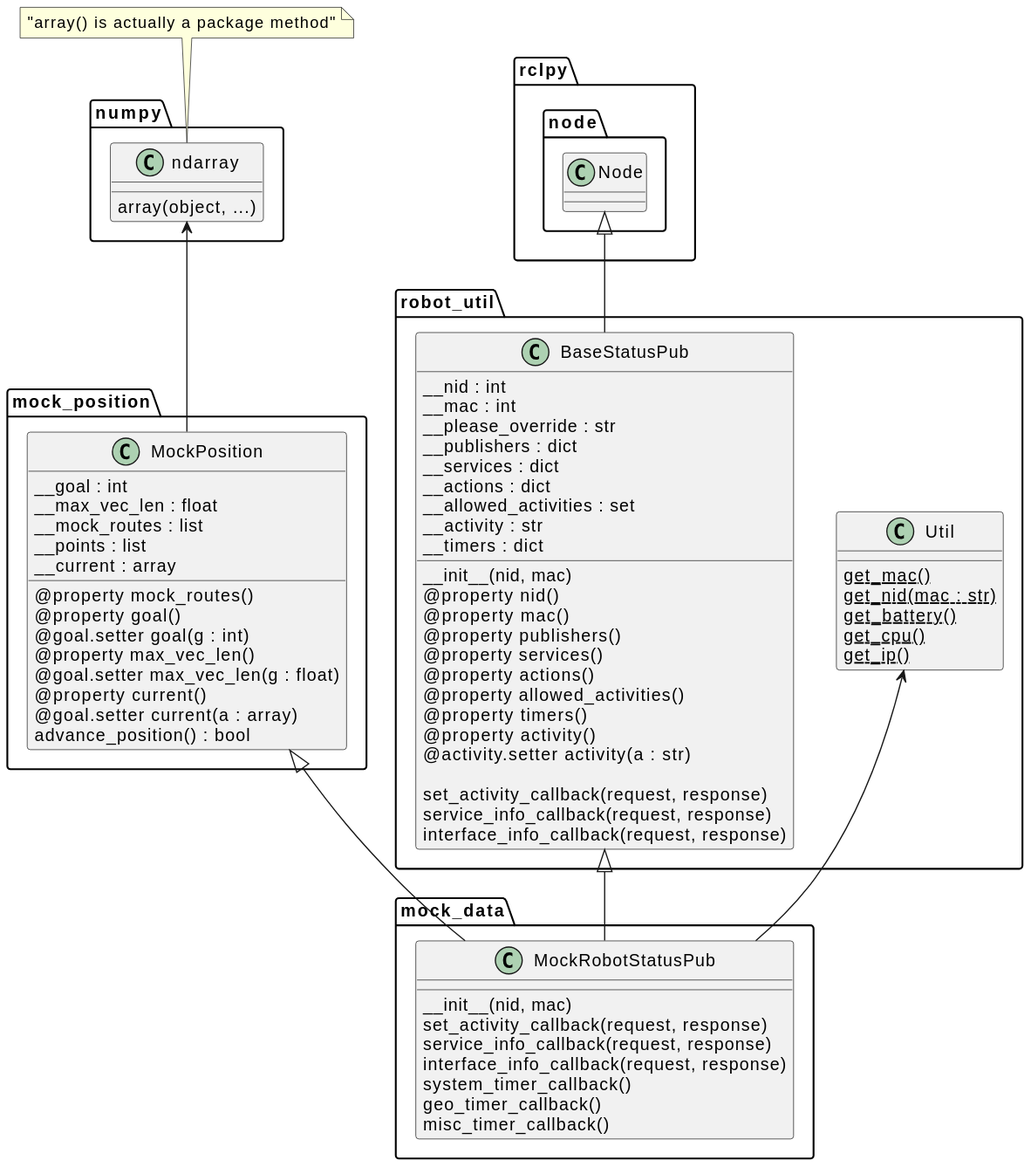
Nilssteingraeber/SolarSwarmNetworks keeps this PlantUML diagram as Dokumentation/mock_robot_class diagram.svg. Above is the earlier version. Its diagram source:
```plantuml
@startuml
package "rclpy.node" {
  class Node
}

package "robot_util" {
  class BaseStatusPub {
  __init__(nid, mac)
  __nid : int
  __mac : int
  __please_override : str
  __publishers : dict
  __services : dict
  __actions : dict
  __allowed_activities : set
  __activity : str
  __timers : dict

  @property nid()
  @property mac()
  @property publishers()
  @property services()
  @property actions()
  @property allowed_activities()
  @property timers()
  @property activity()
  @activity.setter activity(a : str)

  set_activity_callback(request, response)
  service_info_callback(request, response)
  interface_info_callback(request, response)
  }

  class Util {
    {static} get_mac()
    {static} get_nid(mac : str)
    {static} get_battery()
    {static} get_cpu()
    {static} get_ip()
  }
}

package "mock_data" {
  class MockRobotStatusPub {
    __init__(nid, mac)
    set_activity_callback(request, response)
    service_info_callback(request, response)
    interface_info_callback(request, response)
    system_timer_callback()
    geo_timer_callback()
    misc_timer_callback()
  }
}

package "mock_position" {
  class MockPosition {
    __goal : int
    __max_vec_len : float
    __mock_routes : list
    __points : list
    __current : array

    @property mock_routes()
    @property goal()
    @goal.setter goal(g : int)
    @property max_vec_len()
    @goal.setter max_vec_len(g : float)
    @property current()
    @goal.setter current(a : array)
    advance_position() : bool
  }
}

package "numpy" {
  class ndarray {
    array(object, ...)
  }
}
note top of ndarray : "array() is actually a package method"

Node <|-- BaseStatusPub
BaseStatusPub <|-- MockRobotStatusPub
Util <-- MockRobotStatusPub
MockPosition <|-- MockRobotStatusPub
ndarray <-- MockPosition
@enduml
```
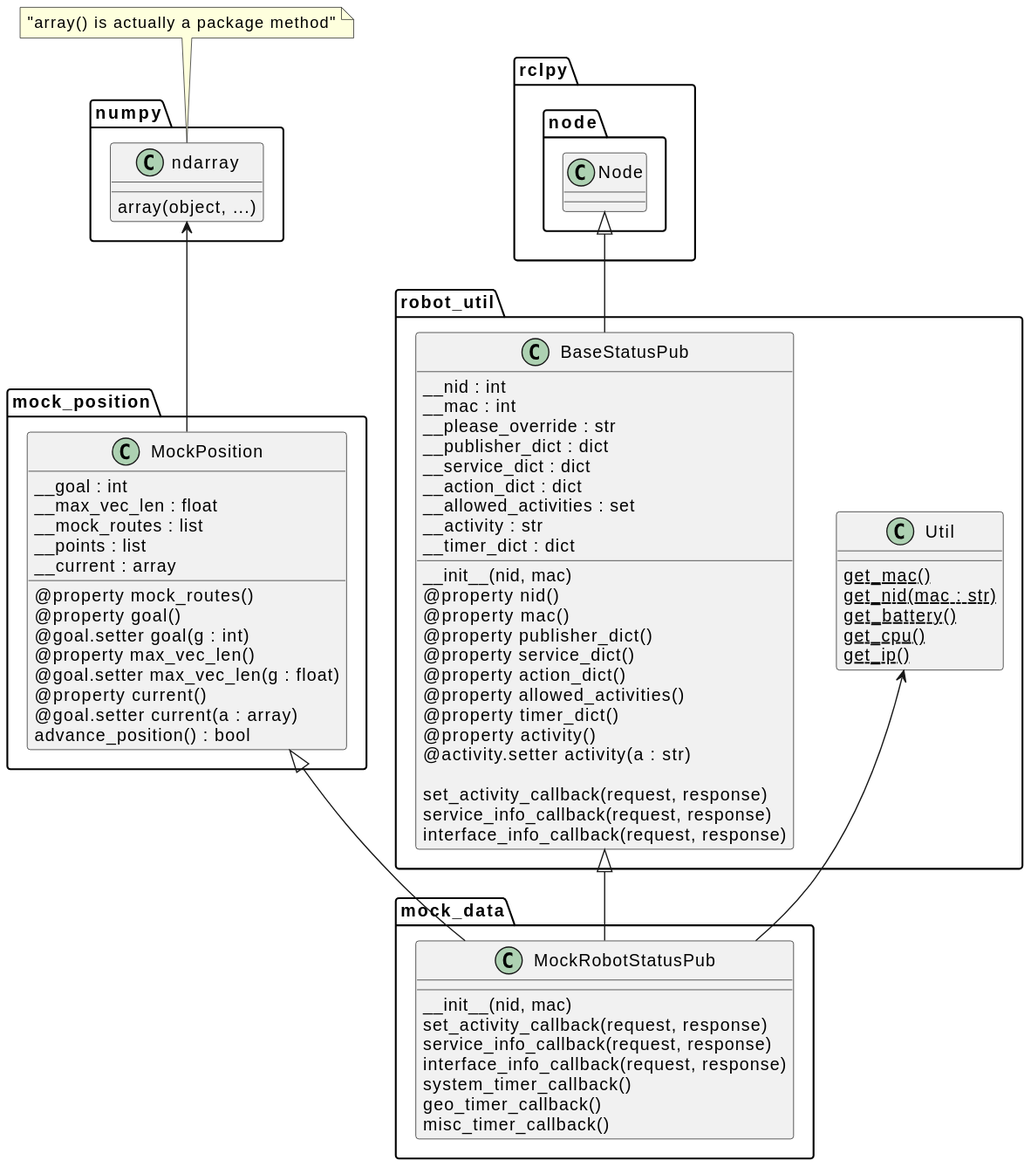
The same file after the commit.

Diff of the diagram source:
```diff
@@ -9,20 +9,20 @@
   __nid : int
   __mac : int
   __please_override : str
-  __publishers : dict
-  __services : dict
-  __actions : dict
+  __publisher_dict : dict
+  __service_dict : dict
+  __action_dict : dict
   __allowed_activities : set
   __activity : str
-  __timers : dict
+  __timer_dict : dict
 
   @property nid()
   @property mac()
-  @property publishers()
-  @property services()
-  @property actions()
+  @property publisher_dict()
+  @property service_dict()
+  @property action_dict()
   @property allowed_activities()
-  @property timers()
+  @property timer_dict()
   @property activity()
   @activity.setter activity(a : str)
 
```
